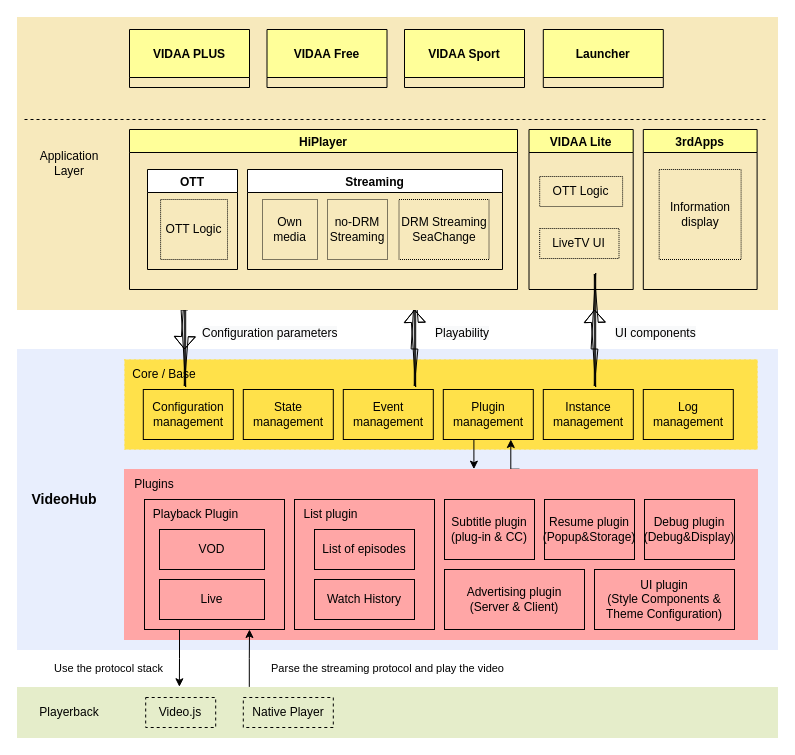
Above: page "Architecture C2" (2 of 3) of VideoHub_SDK.drawio in LeeDebug/drawio (draw.io), before the change. Source tidied: cells renumbered, new cells numbered last; positions are measured from the earlier drawing's top-left corner, leaving out a move shared by most shapes. Both pictures are drawn from the tidied source at 100%, with x=0, y=0 at pixel (17, 17).
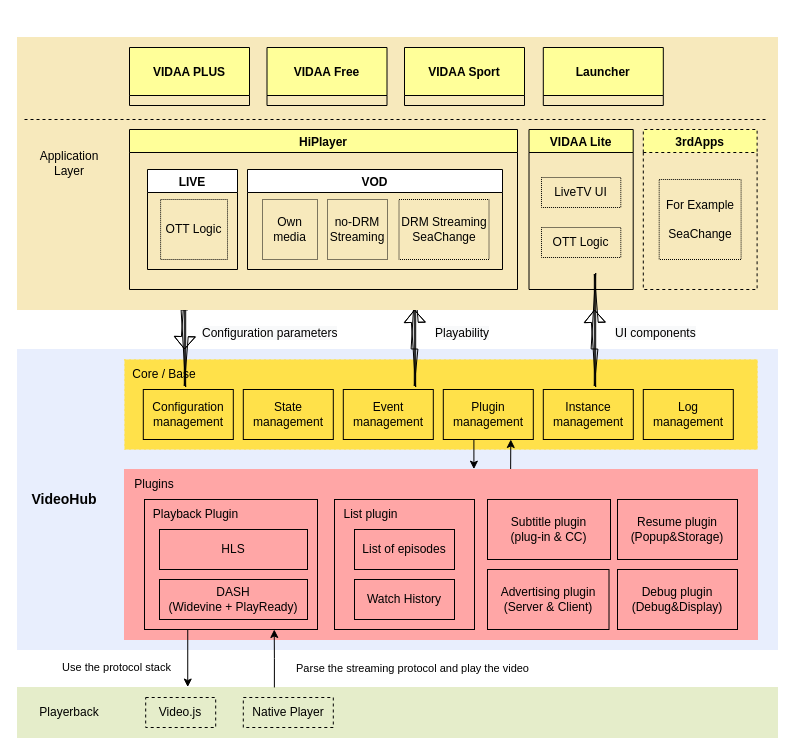
Above is the later version.

Unchanged cells that the change refers to:
```xml
<mxCell id="2" style="rounded=0;whiteSpace=wrap;html=1;strokeColor=#E5EDCA;fillColor=#e5edca;" parent="1" vertex="1">
  <mxGeometry y="670" width="760" height="50" as="geometry" />
</mxCell>
<mxCell id="15" style="rounded=0;whiteSpace=wrap;html=1;fillColor=#FFA6A6;strokeColor=#FFA6A6;" parent="1" vertex="1">
  <mxGeometry x="107" y="452" width="633" height="170" as="geometry" />
</mxCell>
<mxCell id="21" value="Plugin management" style="rounded=0;whiteSpace=wrap;html=1;fillColor=none;" parent="1" vertex="1">
  <mxGeometry x="425.8" y="372" width="90" height="50" as="geometry" />
</mxCell>
<mxCell id="42" value="HiPlayer" style="swimlane;labelBackgroundColor=none;fontColor=default;swimlaneFillColor=none;fillColor=#FFFF99;" parent="1" vertex="1">
  <mxGeometry x="112" y="112" width="388" height="160" as="geometry" />
</mxCell>
<mxCell id="48" value="VIDAA Lite" style="swimlane;labelBackgroundColor=none;fontColor=default;fillColor=#FFFF99;" parent="1" vertex="1">
  <mxGeometry x="511.5" y="112" width="104.2" height="160" as="geometry" />
</mxCell>
```

What changed in the source:
```diff
@@
-    <mxCell id="14" style="edgeStyle=orthogonalEdgeStyle;rounded=0;jettySize=auto;html=1;exitX=0.624;exitY=-0.002;exitDx=0;exitDy=0;entryX=0.75;entryY=1;entryDx=0;entryDy=0;exitPerimeter=0;" parent="1" edge="1" source="15" target="21">
+    <mxCell id="14" style="edgeStyle=orthogonalEdgeStyle;rounded=0;jettySize=auto;html=1;exitX=0.61;exitY=-0.001;exitDx=0;exitDy=0;entryX=0.75;entryY=1;entryDx=0;entryDy=0;exitPerimeter=0;" parent="1" edge="1" source="15" target="21">
       <mxGeometry relative="1" as="geometry" />
     </mxCell>
@@
-    <mxCell id="17" style="edgeStyle=orthogonalEdgeStyle;rounded=0;jettySize=auto;html=1;exitX=0.25;exitY=1;exitDx=0;exitDy=0;entryX=0.213;entryY=-0.015;entryDx=0;entryDy=0;entryPerimeter=0;" parent="1" edge="1" source="19" target="2">
+    <mxCell id="17" style="edgeStyle=orthogonalEdgeStyle;rounded=0;jettySize=auto;html=1;exitX=0.25;exitY=1;exitDx=0;exitDy=0;entryX=0.224;entryY=-0.009;entryDx=0;entryDy=0;entryPerimeter=0;" parent="1" edge="1" source="19" target="2">
       <mxGeometry relative="1" as="geometry" />
     </mxCell>
@@
     <mxCell id="19" style="rounded=0;whiteSpace=wrap;html=1;fillColor=none;" parent="1" vertex="1">
-      <mxGeometry x="127" y="482" width="140" height="130" as="geometry" />
+      <mxGeometry x="127" y="482" width="173" height="130" as="geometry" />
     </mxCell>
@@
     <mxCell id="22" style="rounded=0;whiteSpace=wrap;html=1;fillColor=none;" parent="1" vertex="1">
-      <mxGeometry x="277" y="482" width="140" height="130" as="geometry" />
+      <mxGeometry x="317" y="482" width="140" height="130" as="geometry" />
     </mxCell>
@@
-    <mxCell id="24" value="VOD" style="rounded=0;whiteSpace=wrap;html=1;fillColor=none;" parent="1" vertex="1">
-      <mxGeometry x="142" y="512" width="105" height="40" as="geometry" />
+    <mxCell id="24" value="HLS" style="rounded=0;whiteSpace=wrap;html=1;fillColor=none;" parent="1" vertex="1">
+      <mxGeometry x="142" y="512" width="148" height="40" as="geometry" />
     </mxCell>
@@
-    <mxCell id="26" value="Live" style="rounded=0;whiteSpace=wrap;html=1;fillColor=none;" parent="1" vertex="1">
-      <mxGeometry x="142" y="562" width="105" height="40" as="geometry" />
+    <mxCell id="26" value="DASH&lt;span style=&quot;background-color: initial;&quot;&gt;&lt;br&gt;&lt;/span&gt;(Widevine + PlayReady)" style="rounded=0;whiteSpace=wrap;html=1;fillColor=none;" parent="1" vertex="1">
+      <mxGeometry x="142" y="562" width="148" height="40" as="geometry" />
     </mxCell>
     <mxCell id="27" value="List of episodes" style="rounded=0;whiteSpace=wrap;html=1;fillColor=none;" parent="1" vertex="1">
-      <mxGeometry x="297" y="512" width="100" height="40" as="geometry" />
+      <mxGeometry x="337" y="512" width="100" height="40" as="geometry" />
     </mxCell>
     <mxCell id="28" value="List plugin" style="text;html=1;strokeColor=none;fillColor=none;align=center;verticalAlign=middle;whiteSpace=wrap;rounded=0;" parent="1" vertex="1">
-      <mxGeometry x="277" y="482" width="73" height="30" as="geometry" />
+      <mxGeometry x="317" y="484" width="73" height="26" as="geometry" />
     </mxCell>
     <mxCell id="29" value="Watch History" style="rounded=0;whiteSpace=wrap;html=1;fillColor=none;" parent="1" vertex="1">
-      <mxGeometry x="297" y="562" width="100" height="40" as="geometry" />
+      <mxGeometry x="337" y="562" width="100" height="40" as="geometry" />
     </mxCell>
     <mxCell id="30" value="&lt;div&gt;Subtitle plugin&lt;/div&gt;&lt;div&gt;(plug-in &amp;amp; CC)&lt;/div&gt;" style="rounded=0;whiteSpace=wrap;html=1;fillColor=none;" parent="1" vertex="1">
-      <mxGeometry x="427" y="482" width="90" height="60" as="geometry" />
+      <mxGeometry x="470" y="482" width="123" height="60" as="geometry" />
     </mxCell>
-    <mxCell id="31" value="&lt;div&gt;UI plugin&lt;/div&gt;&lt;div&gt;(Style Components &amp;amp; Theme Configuration)&lt;/div&gt;" style="rounded=0;whiteSpace=wrap;html=1;fillColor=none;" parent="1" vertex="1">
-      <mxGeometry x="577" y="552" width="140" height="60" as="geometry" />
-    </mxCell>
     <mxCell id="32" value="&lt;div&gt;Debug plugin&lt;/div&gt;&lt;div&gt;(Debug&amp;amp;Display)&lt;/div&gt;" style="rounded=0;whiteSpace=wrap;html=1;fillColor=none;" parent="1" vertex="1">
-      <mxGeometry x="627" y="482" width="90" height="60" as="geometry" />
+      <mxGeometry x="600" y="552" width="120" height="60" as="geometry" />
     </mxCell>
     <mxCell id="33" value="&lt;div&gt;Resume plugin&lt;/div&gt;&lt;div&gt;(Popup&amp;amp;Storage)&lt;/div&gt;" style="rounded=0;whiteSpace=wrap;html=1;fillColor=none;" parent="1" vertex="1">
-      <mxGeometry x="527" y="482" width="90" height="60" as="geometry" />
+      <mxGeometry x="600" y="482" width="120" height="60" as="geometry" />
     </mxCell>
     <mxCell id="34" value="&lt;div&gt;Advertising plugin&lt;/div&gt;&lt;div&gt;(Server &amp;amp; Client)&lt;/div&gt;" style="rounded=0;whiteSpace=wrap;html=1;fillColor=none;" parent="1" vertex="1">
-      <mxGeometry x="427" y="552" width="140" height="60" as="geometry" />
+      <mxGeometry x="470" y="552" width="121.5" height="60" as="geometry" />
     </mxCell>
@@
-    <mxCell id="36" style="edgeStyle=orthogonalEdgeStyle;rounded=0;jettySize=auto;html=1;entryX=0.75;entryY=1;entryDx=0;entryDy=0;exitX=0.305;exitY=-0.012;exitDx=0;exitDy=0;exitPerimeter=0;" parent="1" edge="1" source="2" target="19">
+    <mxCell id="36" style="edgeStyle=orthogonalEdgeStyle;rounded=0;jettySize=auto;html=1;entryX=0.75;entryY=1;entryDx=0;entryDy=0;exitX=0.338;exitY=-0.001;exitDx=0;exitDy=0;exitPerimeter=0;" parent="1" edge="1" source="2" target="19">
       <mxGeometry relative="1" as="geometry" />
     </mxCell>
@@
     <mxCell id="41" style="rounded=0;whiteSpace=wrap;html=1;strokeColor=#F7E9BC;fillColor=#f7e9bc;" parent="1" vertex="1">
-      <mxGeometry width="760" height="292" as="geometry" />
+      <mxGeometry y="20" width="760" height="272" as="geometry" />
     </mxCell>
@@
-    <mxCell id="43" value="OTT" style="swimlane;" parent="42" vertex="1">
+    <mxCell id="43" value="LIVE" style="swimlane;" parent="42" vertex="1">
       <mxGeometry x="18" y="40" width="90" height="100" as="geometry" />
     </mxCell>
@@
-    <mxCell id="45" value="Streaming" style="swimlane;" parent="42" vertex="1">
+    <mxCell id="45" value="VOD" style="swimlane;" parent="42" vertex="1">
       <mxGeometry x="118" y="40" width="255" height="100" as="geometry" />
     </mxCell>
@@
     <mxCell id="49" value="OTT Logic" style="rounded=0;whiteSpace=wrap;html=1;fillColor=none;dashed=1;dashPattern=1 1;" parent="48" vertex="1">
-      <mxGeometry x="10.7" y="47" width="82.9" height="30" as="geometry" />
+      <mxGeometry x="12.5" y="98" width="79.3" height="30" as="geometry" />
     </mxCell>
     <mxCell id="50" value="LiveTV UI" style="rounded=0;whiteSpace=wrap;html=1;fillColor=none;dashed=1;dashPattern=1 1;" parent="48" vertex="1">
-      <mxGeometry x="10.7" y="99" width="79.3" height="30" as="geometry" />
+      <mxGeometry x="12.5" y="48" width="79.3" height="30" as="geometry" />
     </mxCell>
-    <mxCell id="51" value="3rdApps" style="swimlane;labelBackgroundColor=none;fontColor=default;fillColor=#FFFF99;" parent="1" vertex="1">
+    <mxCell id="51" value="3rdApps" style="swimlane;labelBackgroundColor=none;fontColor=default;fillColor=#FFFF99;dashed=1;" parent="1" vertex="1">
       <mxGeometry x="625.8" y="112" width="113.8" height="160" as="geometry" />
     </mxCell>
-    <mxCell id="52" value="Information display" style="rounded=0;whiteSpace=wrap;html=1;fillColor=none;dashed=1;dashPattern=1 1;" parent="51" vertex="1">
-      <mxGeometry x="15.9" y="40" width="81.9" height="90" as="geometry" />
+    <mxCell id="52" value="For Example&lt;br&gt;&amp;nbsp;&lt;div&gt;SeaChange&lt;/div&gt;" style="rounded=0;whiteSpace=wrap;html=1;fillColor=none;dashed=1;dashPattern=1 1;" parent="51" vertex="1">
+      <mxGeometry x="15.9" y="50" width="81.9" height="80" as="geometry" />
     </mxCell>
@@
     <mxCell id="55" value="VIDAA PLUS" style="swimlane;labelBackgroundColor=none;fontColor=default;fillColor=#FFFF99;startSize=48;" parent="1" vertex="1">
-      <mxGeometry x="112" y="12" width="120" height="58" as="geometry" />
+      <mxGeometry x="112" y="30" width="120" height="58" as="geometry" />
     </mxCell>
     <mxCell id="56" value="VIDAA Free" style="swimlane;labelBackgroundColor=none;fontColor=default;fillColor=#FFFF99;startSize=48;" parent="1" vertex="1">
-      <mxGeometry x="249.5" y="12" width="120" height="58" as="geometry" />
+      <mxGeometry x="249.5" y="30" width="120" height="58" as="geometry" />
     </mxCell>
     <mxCell id="57" value="VIDAA Sport" style="swimlane;labelBackgroundColor=none;fontColor=default;fillColor=#FFFF99;startSize=48;" parent="1" vertex="1">
-      <mxGeometry x="387" y="12" width="120" height="58" as="geometry" />
+      <mxGeometry x="387" y="30" width="120" height="58" as="geometry" />
     </mxCell>
     <mxCell id="58" value="Launcher" style="swimlane;labelBackgroundColor=none;fontColor=default;fillColor=#FFFF99;startSize=48;" parent="1" vertex="1">
-      <mxGeometry x="525.8" y="12" width="120" height="58" as="geometry" />
+      <mxGeometry x="525.8" y="30" width="120" height="58" as="geometry" />
     </mxCell>
```
